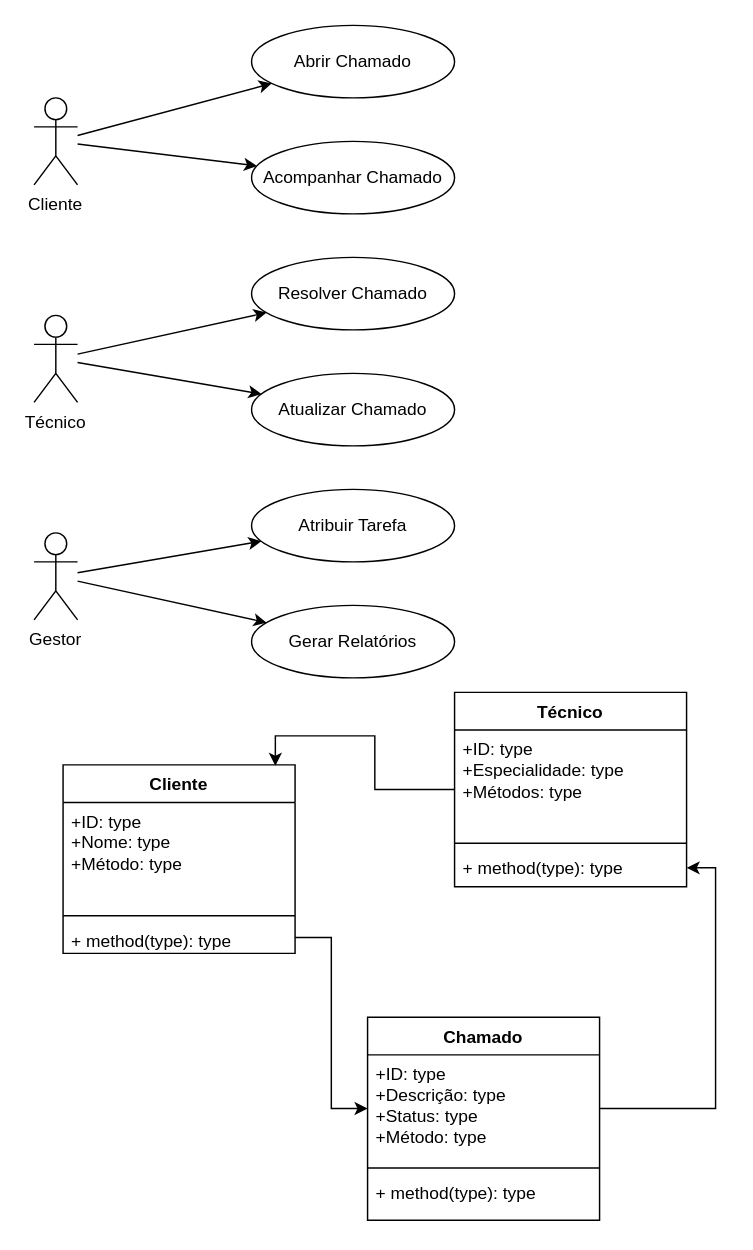
The draw.io diagram page "Página-5" (3 of 6) of Diagrama sem noe.drawio in sabrinaLM893/diagramasderequisitos, before the edit. Source tidied: cells renumbered, new cells numbered last; positions are measured from the earlier drawing's top-left corner, leaving out a move shared by most shapes. Both pictures are drawn from the tidied source at 145%, with x=0, y=0 at pixel (33, 25).
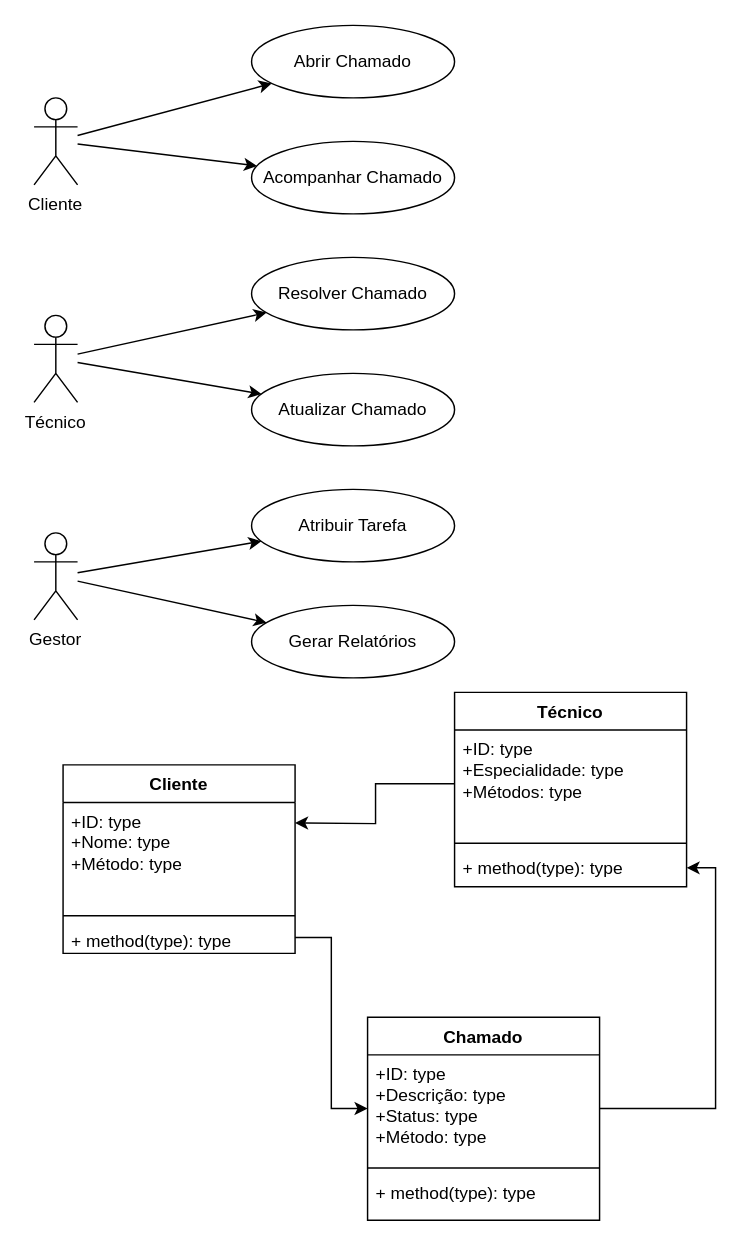
The same page after the edit.

The change refers to these unchanged cells:
```xml
<mxCell id="21" value="Cliente" style="swimlane;fontStyle=1;align=center;verticalAlign=top;horizontal=1;startSize=26;whiteSpace=wrap;html=1;" parent="1" vertex="1">
  <mxGeometry x="20" y="510" width="160" height="130" as="geometry" />
</mxCell>
<mxCell id="25" value="Técnico" style="swimlane;fontStyle=1;align=center;verticalAlign=top;horizontal=1;startSize=26;whiteSpace=wrap;html=1;" parent="1" vertex="1">
  <mxGeometry x="290" y="460" width="160" height="134" as="geometry" />
</mxCell>
<mxCell id="26" value="+ID: type&lt;div&gt;+Especialidade: type&lt;/div&gt;&lt;div&gt;+Métodos: type&lt;/div&gt;" style="text;strokeColor=none;fillColor=none;align=left;verticalAlign=top;spacingLeft=4;spacingRight=4;overflow=hidden;points=[[0,0.5],[1,0.5]];portConstraint=eastwest;whiteSpace=wrap;html=1;" parent="25" vertex="1">
  <mxGeometry y="26" width="160" height="74" as="geometry" />
</mxCell>
```

Change to the diagram source:
```diff
@@
-    <mxCell id="31" style="edgeStyle=orthogonalEdgeStyle;rounded=0;jettySize=auto;html=1;entryX=0.915;entryY=0.005;entryDx=0;entryDy=0;entryPerimeter=0;" parent="1" edge="1" source="25" target="21">
-      <mxGeometry relative="1" as="geometry" />
-    </mxCell>
+    <mxCell id="32" style="edgeStyle=orthogonalEdgeStyle;rounded=0;jettySize=auto;html=1;" parent="1" edge="1" source="26">
+      <mxGeometry relative="1" as="geometry">
+        <mxPoint x="180" y="550" as="targetPoint" />
+      </mxGeometry>
+    </mxCell>
```
